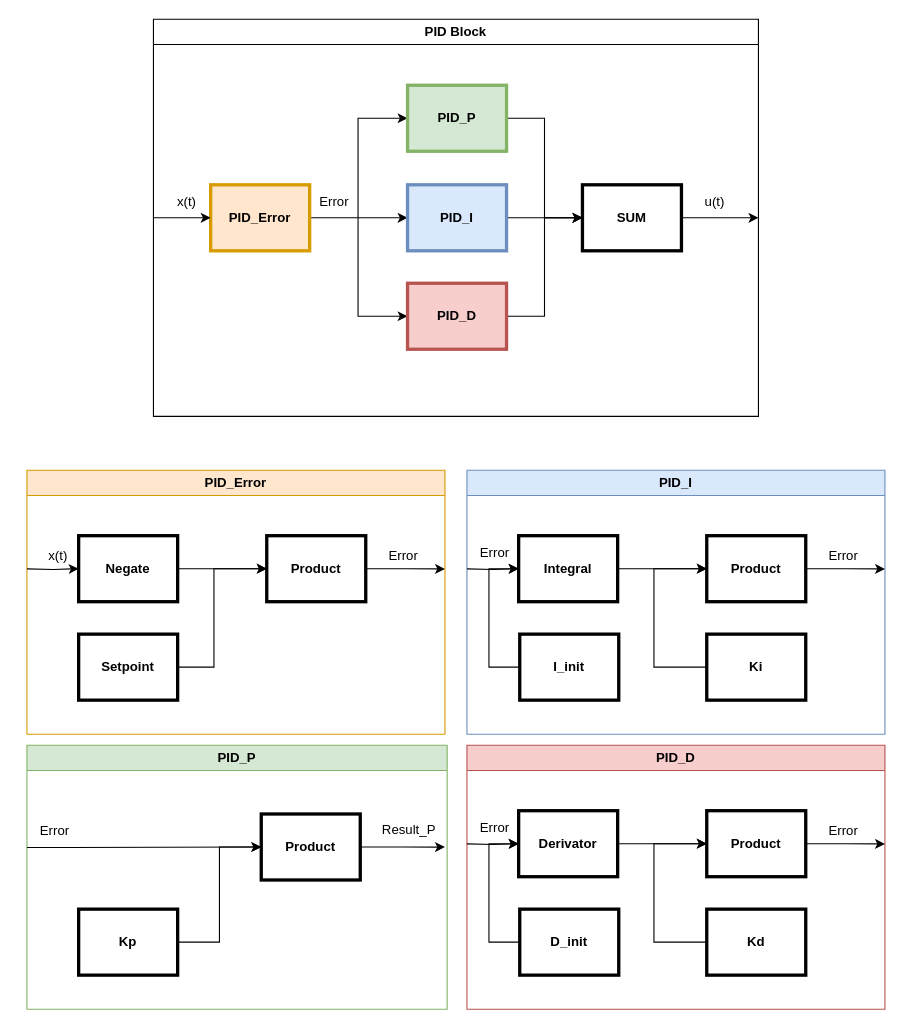
Above: Assignment2/Controller.drawio in RO02222/Mosis (draw.io), before the change. Source tidied: cells renumbered, new cells numbered last; positions are measured from the earlier drawing's top-left corner, leaving out a move shared by most shapes. Both pictures are drawn from the tidied source at 110%, with x=0, y=0 at pixel (26, 19).
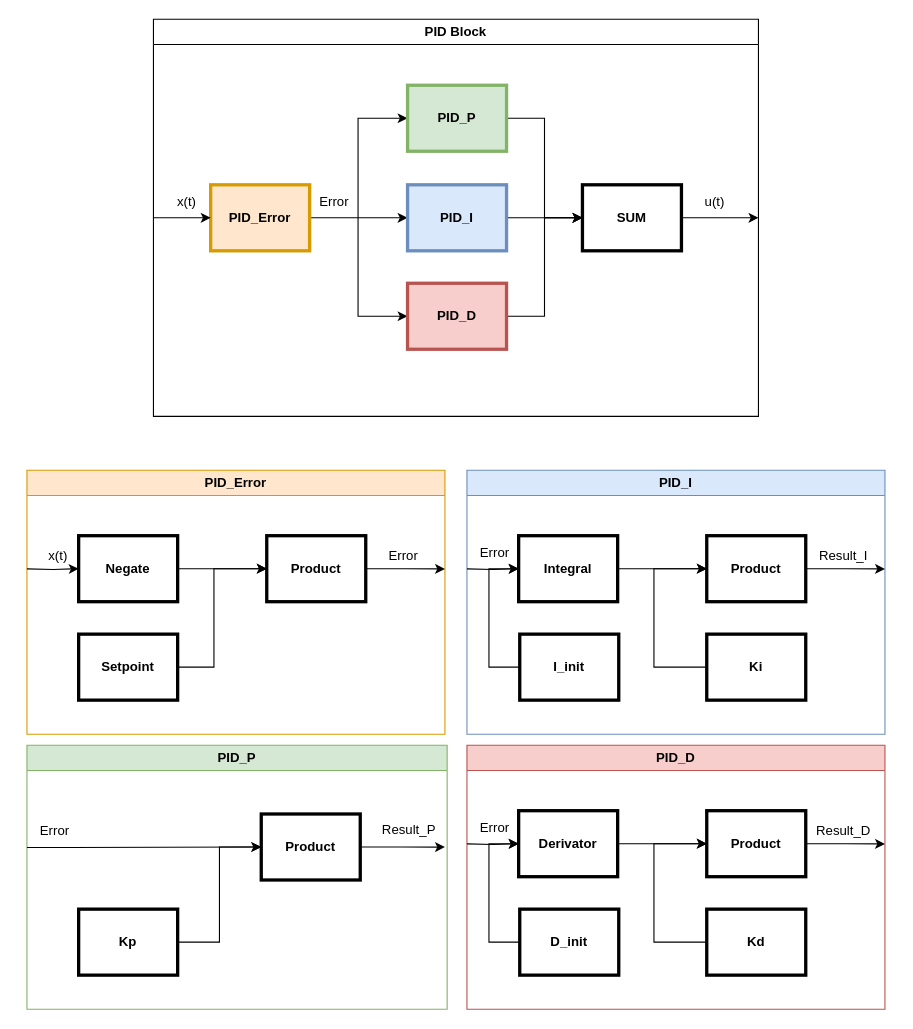
The same diagram, later.

The change refers to these unchanged cells:
```xml
<mxCell id="37" value="PID_I" style="swimlane;whiteSpace=wrap;html=1;fillColor=#dae8fc;strokeColor=#6c8ebf;startSize=23;" parent="1" vertex="1">
  <mxGeometry x="400" y="410" width="380" height="240" as="geometry" />
</mxCell>
<mxCell id="49" value="PID_D" style="swimlane;whiteSpace=wrap;html=1;fillColor=#f8cecc;strokeColor=#b85450;startSize=23;" parent="1" vertex="1">
  <mxGeometry x="400" y="660" width="380" height="240" as="geometry" />
</mxCell>
```

Diff of the diagram source:
```diff
@@
-    <mxCell id="40" value="Error" style="text;html=1;align=center;verticalAlign=middle;strokeColor=none;fillColor=none;" parent="37" vertex="1">
-      <mxGeometry x="317" y="62.5" width="50" height="30" as="geometry" />
+    <mxCell id="40" value="Result_I" style="text;html=1;align=center;verticalAlign=middle;strokeColor=none;fillColor=none;" parent="37" vertex="1">
+      <mxGeometry x="307" y="62.5" width="70" height="30" as="geometry" />
     </mxCell>
@@
-    <mxCell id="52" value="Error" style="text;html=1;align=center;verticalAlign=middle;strokeColor=none;fillColor=none;" parent="49" vertex="1">
-      <mxGeometry x="317" y="62.5" width="50" height="30" as="geometry" />
+    <mxCell id="52" value="Result_D" style="text;html=1;align=center;verticalAlign=middle;strokeColor=none;fillColor=none;" parent="49" vertex="1">
+      <mxGeometry x="307" y="62.5" width="70" height="30" as="geometry" />
     </mxCell>
```
